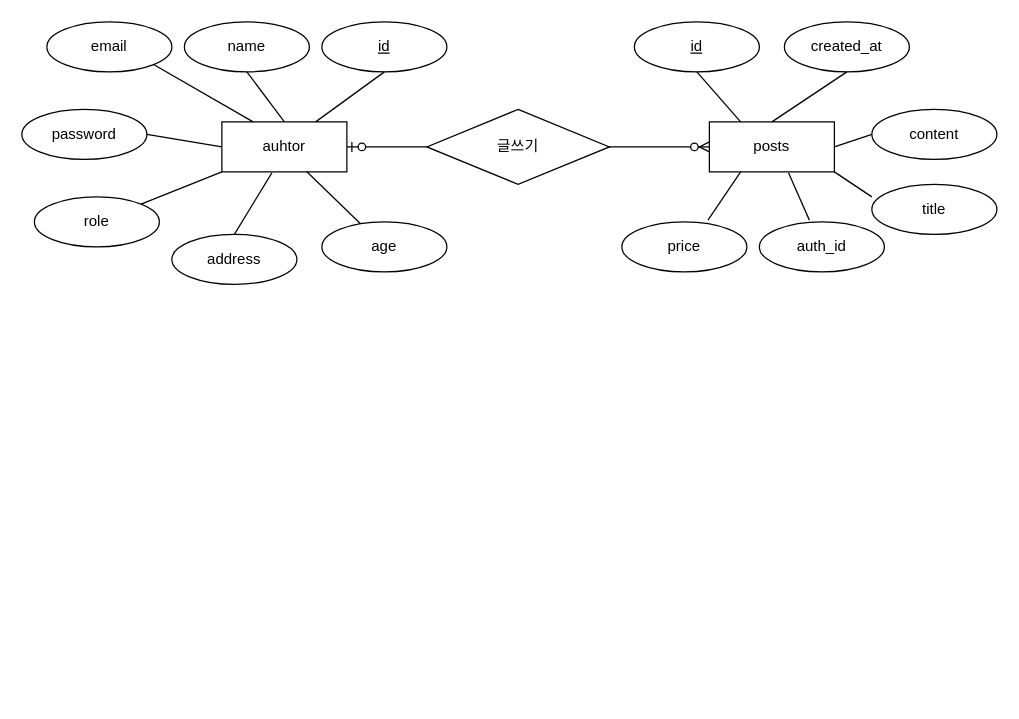
GyeongNam/BootCamp keeps this draw.io diagram as mariaDB_systax/modeling/erd_board.drawio. Above is the earlier version. Source tidied: cells renumbered, new cells numbered last; positions are measured from the earlier drawing's top-left corner, leaving out a move shared by most shapes. Both pictures are drawn from the tidied source at 125%, with x=0, y=0 at pixel (21, 21).
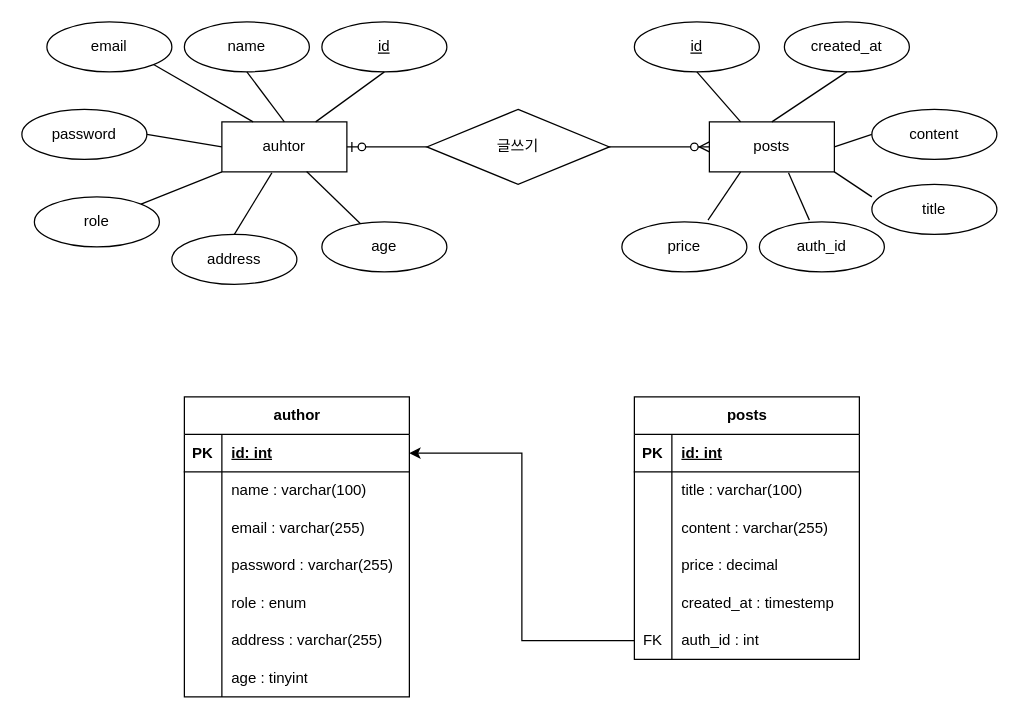
The same diagram, later.

The edit, as a diff of the source:
```diff
@@
+    <mxCell id="33" value="author" style="shape=table;startSize=30;childLayout=tableLayout;rowLines=0;fontStyle=1;align=center;html=1;" parent="1" vertex="1">
+      <mxGeometry x="130" y="300" width="180" height="240" as="geometry" />
+    </mxCell>
+    <mxCell id="34" style="shape=tableRow;horizontal=0;startSize=0;swimlaneHead=0;swimlaneBody=0;fillColor=none;points=[[0,0.5],[1,0.5]];portConstraint=eastwest;top=0;left=0;right=0;bottom=1;" parent="33" vertex="1">
+      <mxGeometry y="30" width="180" height="30" as="geometry" />
+    </mxCell>
+    <mxCell id="35" value="PK" style="shape=partialRectangle;fillColor=none;top=0;left=0;bottom=0;right=0;fontStyle=1;overflow=hidden;whiteSpace=wrap;html=1;" parent="34" vertex="1">
+      <mxGeometry width="30" height="30" as="geometry" />
+    </mxCell>
+    <mxCell id="36" value="id: int" style="shape=partialRectangle;fillColor=none;top=0;left=0;bottom=0;right=0;align=left;spacingLeft=6;fontStyle=5;overflow=hidden;whiteSpace=wrap;html=1;" parent="34" vertex="1">
+      <mxGeometry x="30" width="150" height="30" as="geometry" />
+    </mxCell>
+    <mxCell id="37" style="shape=tableRow;horizontal=0;startSize=0;swimlaneHead=0;swimlaneBody=0;fillColor=none;top=0;left=0;right=0;bottom=0;" parent="33" vertex="1">
+      <mxGeometry y="60" width="180" height="30" as="geometry" />
+    </mxCell>
+    <mxCell id="38" style="shape=partialRectangle;fillColor=none;top=0;left=0;bottom=0;right=0;overflow=hidden;whiteSpace=wrap;html=1;" parent="37" vertex="1">
+      <mxGeometry width="30" height="30" as="geometry" />
+    </mxCell>
+    <mxCell id="39" value="name : varchar(100)" style="shape=partialRectangle;fillColor=none;top=0;left=0;bottom=0;right=0;align=left;spacingLeft=6;overflow=hidden;whiteSpace=wrap;html=1;" parent="37" vertex="1">
+      <mxGeometry x="30" width="150" height="30" as="geometry" />
+    </mxCell>
+    <mxCell id="40" style="shape=tableRow;horizontal=0;startSize=0;swimlaneHead=0;swimlaneBody=0;fillColor=none;top=0;left=0;right=0;bottom=0;" parent="33" vertex="1">
+      <mxGeometry y="90" width="180" height="30" as="geometry" />
+    </mxCell>
+    <mxCell id="41" style="shape=partialRectangle;fillColor=none;top=0;left=0;bottom=0;right=0;overflow=hidden;whiteSpace=wrap;html=1;" parent="40" vertex="1">
+      <mxGeometry width="30" height="30" as="geometry" />
+    </mxCell>
+    <mxCell id="42" value="email : varchar(255)" style="shape=partialRectangle;fillColor=none;top=0;left=0;bottom=0;right=0;align=left;spacingLeft=6;overflow=hidden;whiteSpace=wrap;html=1;" parent="40" vertex="1">
+      <mxGeometry x="30" width="150" height="30" as="geometry" />
+    </mxCell>
+    <mxCell id="43" style="shape=tableRow;horizontal=0;startSize=0;swimlaneHead=0;swimlaneBody=0;fillColor=none;top=0;left=0;right=0;bottom=0;" parent="33" vertex="1">
+      <mxGeometry y="120" width="180" height="30" as="geometry" />
+    </mxCell>
+    <mxCell id="44" style="shape=partialRectangle;fillColor=none;top=0;left=0;bottom=0;right=0;overflow=hidden;whiteSpace=wrap;html=1;" parent="43" vertex="1">
+      <mxGeometry width="30" height="30" as="geometry" />
+    </mxCell>
+    <mxCell id="45" value="password&amp;nbsp;: varchar(255)" style="shape=partialRectangle;fillColor=none;top=0;left=0;bottom=0;right=0;align=left;spacingLeft=6;overflow=hidden;whiteSpace=wrap;html=1;" parent="43" vertex="1">
+      <mxGeometry x="30" width="150" height="30" as="geometry" />
+    </mxCell>
+    <mxCell id="46" style="shape=tableRow;horizontal=0;startSize=0;swimlaneHead=0;swimlaneBody=0;fillColor=none;top=0;left=0;right=0;bottom=0;" parent="33" vertex="1">
+      <mxGeometry y="150" width="180" height="30" as="geometry" />
+    </mxCell>
+    <mxCell id="47" style="shape=partialRectangle;fillColor=none;top=0;left=0;bottom=0;right=0;overflow=hidden;whiteSpace=wrap;html=1;" parent="46" vertex="1">
+      <mxGeometry width="30" height="30" as="geometry" />
+    </mxCell>
+    <mxCell id="48" value="role : enum" style="shape=partialRectangle;fillColor=none;top=0;left=0;bottom=0;right=0;align=left;spacingLeft=6;overflow=hidden;whiteSpace=wrap;html=1;" parent="46" vertex="1">
+      <mxGeometry x="30" width="150" height="30" as="geometry" />
+    </mxCell>
+    <mxCell id="49" style="shape=tableRow;horizontal=0;startSize=0;swimlaneHead=0;swimlaneBody=0;fillColor=none;top=0;left=0;right=0;bottom=0;" parent="33" vertex="1">
+      <mxGeometry y="180" width="180" height="30" as="geometry" />
+    </mxCell>
+    <mxCell id="50" style="shape=partialRectangle;fillColor=none;top=0;left=0;bottom=0;right=0;overflow=hidden;whiteSpace=wrap;html=1;" parent="49" vertex="1">
+      <mxGeometry width="30" height="30" as="geometry" />
+    </mxCell>
+    <mxCell id="51" value="address&amp;nbsp;: varchar(255)" style="shape=partialRectangle;fillColor=none;top=0;left=0;bottom=0;right=0;align=left;spacingLeft=6;overflow=hidden;whiteSpace=wrap;html=1;" parent="49" vertex="1">
+      <mxGeometry x="30" width="150" height="30" as="geometry" />
+    </mxCell>
+    <mxCell id="52" style="shape=tableRow;horizontal=0;startSize=0;swimlaneHead=0;swimlaneBody=0;fillColor=none;top=0;left=0;right=0;bottom=0;" parent="33" vertex="1">
+      <mxGeometry y="210" width="180" height="30" as="geometry" />
+    </mxCell>
+    <mxCell id="53" style="shape=partialRectangle;fillColor=none;top=0;left=0;bottom=0;right=0;overflow=hidden;whiteSpace=wrap;html=1;" parent="52" vertex="1">
+      <mxGeometry width="30" height="30" as="geometry" />
+    </mxCell>
+    <mxCell id="54" value="age : tinyint" style="shape=partialRectangle;fillColor=none;top=0;left=0;bottom=0;right=0;align=left;spacingLeft=6;overflow=hidden;whiteSpace=wrap;html=1;" parent="52" vertex="1">
+      <mxGeometry x="30" width="150" height="30" as="geometry" />
+    </mxCell>
+    <mxCell id="55" value="posts" style="shape=table;startSize=30;childLayout=tableLayout;rowLines=0;fontStyle=1;align=center;html=1;" parent="1" vertex="1">
+      <mxGeometry x="490" y="300" width="180" height="210" as="geometry" />
+    </mxCell>
+    <mxCell id="56" style="shape=tableRow;horizontal=0;startSize=0;swimlaneHead=0;swimlaneBody=0;fillColor=none;top=0;left=0;right=0;bottom=1;" parent="55" vertex="1">
+      <mxGeometry y="30" width="180" height="30" as="geometry" />
+    </mxCell>
+    <mxCell id="57" value="PK" style="shape=partialRectangle;fillColor=none;top=0;left=0;bottom=0;right=0;fontStyle=1;overflow=hidden;whiteSpace=wrap;html=1;" parent="56" vertex="1">
+      <mxGeometry width="30" height="30" as="geometry" />
+    </mxCell>
+    <mxCell id="58" value="id: int" style="shape=partialRectangle;fillColor=none;top=0;left=0;bottom=0;right=0;align=left;spacingLeft=6;fontStyle=5;overflow=hidden;whiteSpace=wrap;html=1;" parent="56" vertex="1">
+      <mxGeometry x="30" width="150" height="30" as="geometry" />
+    </mxCell>
+    <mxCell id="59" style="shape=tableRow;horizontal=0;startSize=0;swimlaneHead=0;swimlaneBody=0;fillColor=none;top=0;left=0;right=0;bottom=0;" parent="55" vertex="1">
+      <mxGeometry y="60" width="180" height="30" as="geometry" />
+    </mxCell>
+    <mxCell id="60" style="shape=partialRectangle;fillColor=none;top=0;left=0;bottom=0;right=0;overflow=hidden;whiteSpace=wrap;html=1;" parent="59" vertex="1">
+      <mxGeometry width="30" height="30" as="geometry" />
+    </mxCell>
+    <mxCell id="61" value="title : varchar(100)" style="shape=partialRectangle;fillColor=none;top=0;left=0;bottom=0;right=0;align=left;spacingLeft=6;overflow=hidden;whiteSpace=wrap;html=1;" parent="59" vertex="1">
+      <mxGeometry x="30" width="150" height="30" as="geometry" />
+    </mxCell>
+    <mxCell id="62" style="shape=tableRow;horizontal=0;startSize=0;swimlaneHead=0;swimlaneBody=0;fillColor=none;top=0;left=0;right=0;bottom=0;" parent="55" vertex="1">
+      <mxGeometry y="90" width="180" height="30" as="geometry" />
+    </mxCell>
+    <mxCell id="63" style="shape=partialRectangle;fillColor=none;top=0;left=0;bottom=0;right=0;overflow=hidden;whiteSpace=wrap;html=1;" parent="62" vertex="1">
+      <mxGeometry width="30" height="30" as="geometry" />
+    </mxCell>
+    <mxCell id="64" value="content : varchar(255)" style="shape=partialRectangle;fillColor=none;top=0;left=0;bottom=0;right=0;align=left;spacingLeft=6;overflow=hidden;whiteSpace=wrap;html=1;" parent="62" vertex="1">
+      <mxGeometry x="30" width="150" height="30" as="geometry" />
+    </mxCell>
+    <mxCell id="65" style="shape=tableRow;horizontal=0;startSize=0;swimlaneHead=0;swimlaneBody=0;fillColor=none;top=0;left=0;right=0;bottom=0;" parent="55" vertex="1">
+      <mxGeometry y="120" width="180" height="30" as="geometry" />
+    </mxCell>
+    <mxCell id="66" style="shape=partialRectangle;fillColor=none;top=0;left=0;bottom=0;right=0;overflow=hidden;whiteSpace=wrap;html=1;" parent="65" vertex="1">
+      <mxGeometry width="30" height="30" as="geometry" />
+    </mxCell>
+    <mxCell id="67" value="price : decimal" style="shape=partialRectangle;fillColor=none;top=0;left=0;bottom=0;right=0;align=left;spacingLeft=6;overflow=hidden;whiteSpace=wrap;html=1;" parent="65" vertex="1">
+      <mxGeometry x="30" width="150" height="30" as="geometry" />
+    </mxCell>
+    <mxCell id="68" style="shape=tableRow;horizontal=0;startSize=0;swimlaneHead=0;swimlaneBody=0;fillColor=none;top=0;left=0;right=0;bottom=0;" parent="55" vertex="1">
+      <mxGeometry y="150" width="180" height="30" as="geometry" />
+    </mxCell>
+    <mxCell id="69" style="shape=partialRectangle;fillColor=none;top=0;left=0;bottom=0;right=0;overflow=hidden;whiteSpace=wrap;html=1;" parent="68" vertex="1">
+      <mxGeometry width="30" height="30" as="geometry" />
+    </mxCell>
+    <mxCell id="70" value="created_at : timestemp" style="shape=partialRectangle;fillColor=none;top=0;left=0;bottom=0;right=0;align=left;spacingLeft=6;overflow=hidden;whiteSpace=wrap;html=1;" parent="68" vertex="1">
+      <mxGeometry x="30" width="150" height="30" as="geometry" />
+    </mxCell>
+    <mxCell id="71" style="shape=tableRow;horizontal=0;startSize=0;swimlaneHead=0;swimlaneBody=0;fillColor=none;points=[[0,0.5],[1,0.5]];portConstraint=eastwest;top=0;left=0;right=0;bottom=0;" parent="55" vertex="1">
+      <mxGeometry y="180" width="180" height="30" as="geometry" />
+    </mxCell>
+    <mxCell id="72" value="FK" style="shape=partialRectangle;fillColor=none;top=0;left=0;bottom=0;right=0;overflow=hidden;whiteSpace=wrap;html=1;" parent="71" vertex="1">
+      <mxGeometry width="30" height="30" as="geometry" />
+    </mxCell>
+    <mxCell id="73" value="auth_id : int" style="shape=partialRectangle;fillColor=none;top=0;left=0;bottom=0;right=0;align=left;spacingLeft=6;overflow=hidden;whiteSpace=wrap;html=1;" parent="71" vertex="1">
+      <mxGeometry x="30" width="150" height="30" as="geometry" />
+    </mxCell>
+    <mxCell id="74" style="edgeStyle=orthogonalEdgeStyle;rounded=0;jettySize=auto;html=1;exitX=0;exitY=0.5;exitDx=0;exitDy=0;entryX=1;entryY=0.5;entryDx=0;entryDy=0;" parent="1" edge="1" source="71" target="34">
+      <mxGeometry relative="1" as="geometry" />
+    </mxCell>
```
